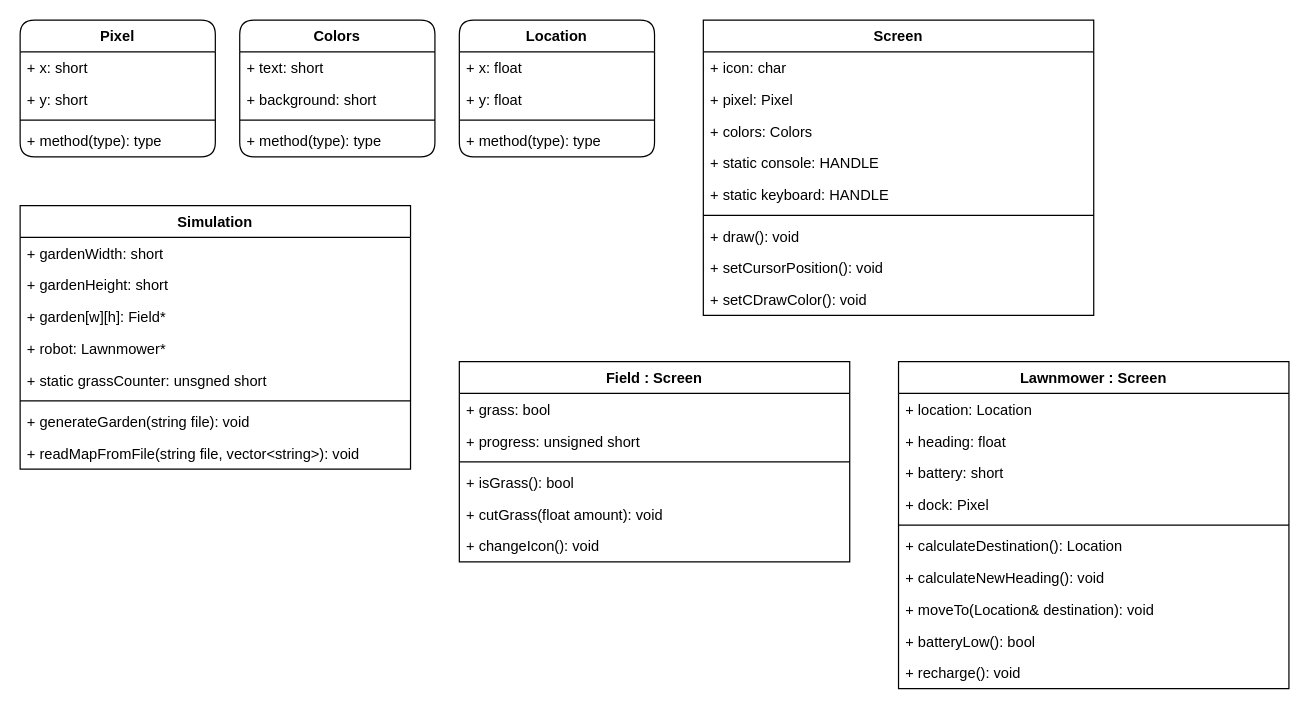
Earlier version of the draw.io diagram classes.drawio (theqbz/Lawnmower). Source tidied: cells renumbered, new cells numbered last; positions are measured from the earlier drawing's top-left corner, leaving out a move shared by most shapes. Both pictures are drawn from the tidied source at 122%, with x=0, y=0 at pixel (20, 20).
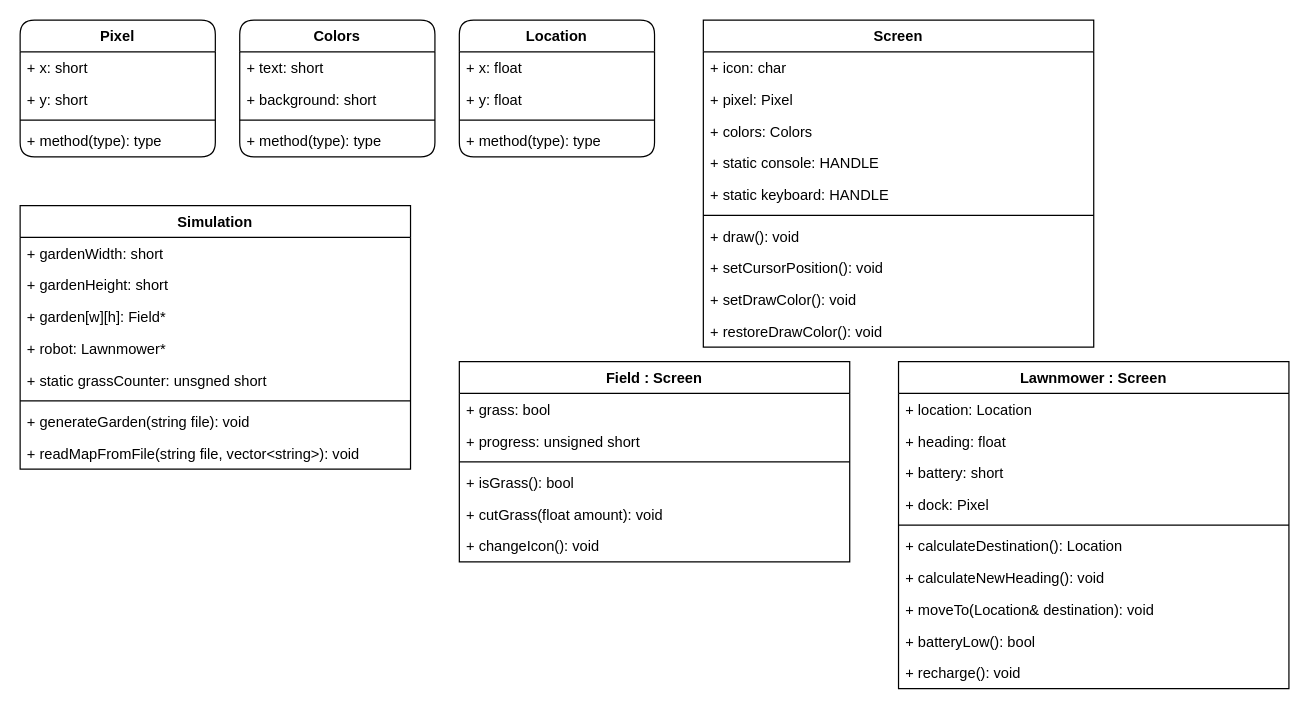
Above is the later version.

What changed in the source:
```diff
@@
     <mxCell id="18" value="Screen" style="swimlane;fontStyle=1;align=center;verticalAlign=top;horizontal=1;startSize=26;rounded=0;" parent="1" vertex="1">
-      <mxGeometry x="560" width="320" height="242" as="geometry" />
+      <mxGeometry x="560" width="320" height="268" as="geometry" />
     </mxCell>
@@
-    <mxCell id="27" value="+ setCDrawColor(): void" style="text;strokeColor=none;fillColor=none;align=left;verticalAlign=top;spacingLeft=4;spacingRight=4;overflow=hidden;rounded=1;" parent="18" vertex="1">
+    <mxCell id="27" value="+ setDrawColor(): void" style="text;strokeColor=none;fillColor=none;align=left;verticalAlign=top;spacingLeft=4;spacingRight=4;overflow=hidden;rounded=1;" parent="18" vertex="1">
       <mxGeometry y="216" width="320" height="26" as="geometry" />
     </mxCell>
+    <mxCell id="54" value="+ restoreDrawColor(): void" style="text;strokeColor=none;fillColor=none;align=left;verticalAlign=top;spacingLeft=4;spacingRight=4;overflow=hidden;rounded=1;" parent="18" vertex="1">
+      <mxGeometry y="242" width="320" height="26" as="geometry" />
+    </mxCell>
```
